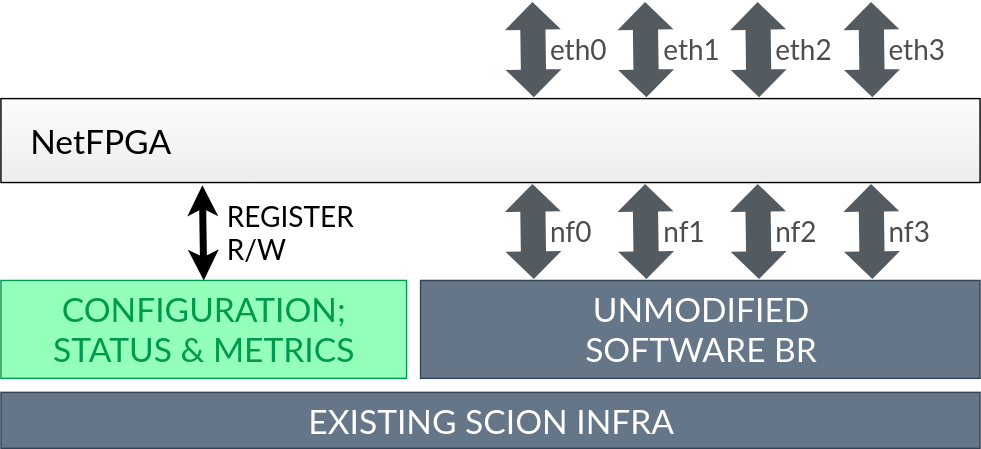
AnotherKamila/kamila.is keeps this draw.io diagram as talking/scion-router/img/scion-controlplane.svg. Above is the earlier version. Source tidied: cells renumbered, new cells last; positions are measured from the earlier drawing's top-left corner, leaving out a move shared by most shapes.
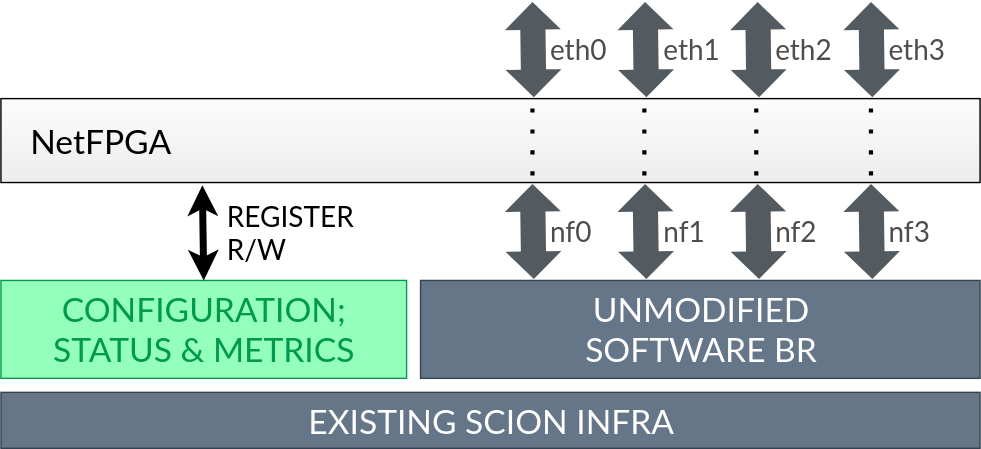
After the commit.

Commit message:
[talking] scion thingy bla

Diff of the diagram source:
```diff
@@ -94,5 +94,29 @@
         <mxPoint x="622" as="targetPoint" />
       </mxGeometry>
     </mxCell>
+    <mxCell id="24" style="endArrow=none;dashed=1;html=1;strokeWidth=3;dashPattern=1 4;" parent="1" edge="1">
+      <mxGeometry relative="1" as="geometry">
+        <mxPoint x="380" y="125" as="sourcePoint" />
+        <mxPoint x="380" y="65" as="targetPoint" />
+      </mxGeometry>
+    </mxCell>
+    <mxCell id="25" style="endArrow=none;dashed=1;html=1;strokeWidth=3;dashPattern=1 4;" parent="1" edge="1">
+      <mxGeometry relative="1" as="geometry">
+        <mxPoint x="460" y="125" as="sourcePoint" />
+        <mxPoint x="460" y="65" as="targetPoint" />
+      </mxGeometry>
+    </mxCell>
+    <mxCell id="26" style="endArrow=none;dashed=1;html=1;strokeWidth=3;dashPattern=1 4;" parent="1" edge="1">
+      <mxGeometry relative="1" as="geometry">
+        <mxPoint x="540" y="125" as="sourcePoint" />
+        <mxPoint x="540" y="65" as="targetPoint" />
+      </mxGeometry>
+    </mxCell>
+    <mxCell id="27" style="endArrow=none;dashed=1;html=1;strokeWidth=3;dashPattern=1 4;" parent="1" edge="1">
+      <mxGeometry relative="1" as="geometry">
+        <mxPoint x="622" y="125" as="sourcePoint" />
+        <mxPoint x="622" y="65" as="targetPoint" />
+      </mxGeometry>
+    </mxCell>
   </root>
 </mxGraphModel>
```
